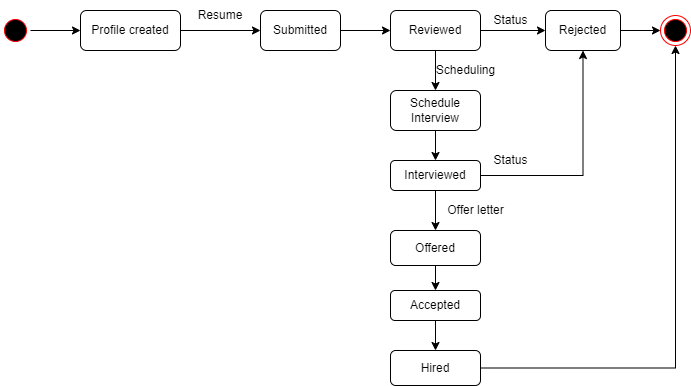
The draw.io diagram Day-9 Object Modelling diagrams/Online job portal/state-diagram.drawio.png in Mydhili-murali/ust-prograd-training, before a commit. Source tidied: cells renumbered, new cells last; positions are measured from the earlier drawing's top-left corner, leaving out a move shared by most shapes.
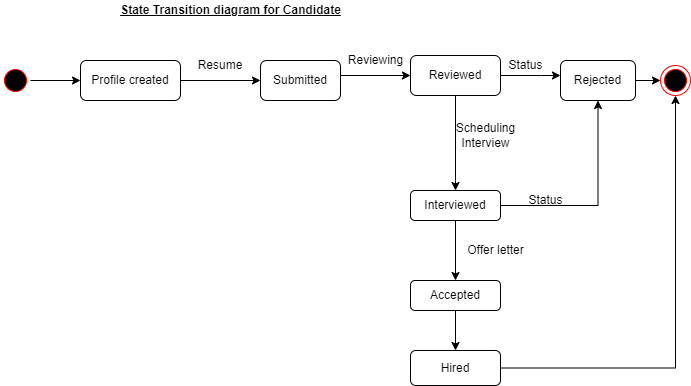
Later version of the same file.

Diff of the diagram source:
```diff
@@ -17,17 +17,27 @@
     <mxCell id="6" value="Submitted" style="rounded=1;whiteSpace=wrap;html=1;" parent="1" vertex="1">
       <mxGeometry x="260" y="10" width="80" height="40" as="geometry" />
     </mxCell>
-    <mxCell id="7" style="endArrow=classic;html=1;rounded=0;exitX=1;exitY=0.5;exitDx=0;exitDy=0;" parent="1" edge="1" source="6" target="10">
+    <mxCell id="7" style="endArrow=classic;html=1;rounded=0;exitX=0;exitY=1.25;exitDx=0;exitDy=0;exitPerimeter=0;" parent="1" edge="1" source="31" target="10">
       <mxGeometry relative="1" as="geometry" />
     </mxCell>
     <mxCell id="8" style="edgeStyle=orthogonalEdgeStyle;rounded=0;jettySize=auto;html=1;" parent="1" edge="1" source="10" target="13">
-      <mxGeometry relative="1" as="geometry" />
+      <mxGeometry relative="1" as="geometry">
+        <Array as="points">
+          <mxPoint x="540" y="25" />
+          <mxPoint x="540" y="25" />
+        </Array>
+      </mxGeometry>
     </mxCell>
-    <mxCell id="9" style="edgeStyle=orthogonalEdgeStyle;rounded=0;jettySize=auto;html=1;" parent="1" edge="1" source="10" target="16">
-      <mxGeometry relative="1" as="geometry" />
+    <mxCell id="9" style="edgeStyle=orthogonalEdgeStyle;rounded=0;jettySize=auto;html=1;" parent="1" edge="1" source="10">
+      <mxGeometry relative="1" as="geometry">
+        <mxPoint x="455" y="140" as="targetPoint" />
+        <Array as="points">
+          <mxPoint x="455" y="130" />
+        </Array>
+      </mxGeometry>
     </mxCell>
     <mxCell id="10" value="Reviewed" style="rounded=1;whiteSpace=wrap;html=1;" parent="1" vertex="1">
-      <mxGeometry x="390" y="10" width="90" height="40" as="geometry" />
+      <mxGeometry x="410" y="5" width="90" height="40" as="geometry" />
     </mxCell>
     <mxCell id="11" value="Resume" style="text;html=1;strokeColor=none;fillColor=none;align=center;verticalAlign=middle;whiteSpace=wrap;rounded=0;" parent="1" vertex="1">
       <mxGeometry x="190" width="60" height="30" as="geometry" />
@@ -38,55 +48,51 @@
       </mxGeometry>
     </mxCell>
     <mxCell id="13" value="Rejected" style="whiteSpace=wrap;html=1;rounded=1;" parent="1" vertex="1">
-      <mxGeometry x="545" y="10" width="75" height="40" as="geometry" />
+      <mxGeometry x="560" y="10" width="75" height="40" as="geometry" />
     </mxCell>
     <mxCell id="14" style="ellipse;html=1;shape=endState;fillColor=#000000;strokeColor=#ff0000;" parent="1" vertex="1">
       <mxGeometry x="660" y="15" width="30" height="30" as="geometry" />
     </mxCell>
-    <mxCell id="15" style="edgeStyle=orthogonalEdgeStyle;rounded=0;jettySize=auto;html=1;" parent="1" edge="1" source="16" target="20">
-      <mxGeometry relative="1" as="geometry" />
-    </mxCell>
-    <mxCell id="16" value="Schedule Interview" style="whiteSpace=wrap;html=1;rounded=1;" parent="1" vertex="1">
-      <mxGeometry x="390" y="90" width="90" height="40" as="geometry" />
-    </mxCell>
     <mxCell id="17" value="Status" style="text;html=1;align=center;verticalAlign=middle;strokeColor=none;fillColor=none;" parent="1" vertex="1">
-      <mxGeometry x="485" y="10" width="50" height="20" as="geometry" />
+      <mxGeometry x="500" y="5" width="50" height="20" as="geometry" />
     </mxCell>
     <mxCell id="18" style="edgeStyle=orthogonalEdgeStyle;rounded=0;jettySize=auto;html=1;entryX=0.5;entryY=1;entryDx=0;entryDy=0;" parent="1" edge="1" source="20" target="13">
       <mxGeometry relative="1" as="geometry" />
     </mxCell>
-    <mxCell id="19" style="edgeStyle=orthogonalEdgeStyle;rounded=0;jettySize=auto;html=1;" parent="1" edge="1" source="20" target="22">
-      <mxGeometry relative="1" as="geometry" />
+    <mxCell id="19" style="edgeStyle=orthogonalEdgeStyle;rounded=0;jettySize=auto;html=1;" parent="1" edge="1" source="20">
+      <mxGeometry relative="1" as="geometry">
+        <mxPoint x="455" y="230" as="targetPoint" />
+      </mxGeometry>
     </mxCell>
     <mxCell id="20" value="Interviewed" style="whiteSpace=wrap;html=1;rounded=1;" parent="1" vertex="1">
-      <mxGeometry x="390" y="160" width="90" height="30" as="geometry" />
+      <mxGeometry x="410" y="140" width="90" height="30" as="geometry" />
     </mxCell>
-    <mxCell id="21" style="edgeStyle=orthogonalEdgeStyle;rounded=0;jettySize=auto;html=1;" parent="1" edge="1" source="22" target="24">
-      <mxGeometry relative="1" as="geometry" />
-    </mxCell>
-    <mxCell id="22" value="Offered" style="whiteSpace=wrap;html=1;rounded=1;" parent="1" vertex="1">
-      <mxGeometry x="390" y="230" width="90" height="35" as="geometry" />
-    </mxCell>
     <mxCell id="23" style="edgeStyle=orthogonalEdgeStyle;rounded=0;jettySize=auto;html=1;" parent="1" edge="1" source="24" target="26">
       <mxGeometry relative="1" as="geometry" />
     </mxCell>
     <mxCell id="24" value="Accepted" style="whiteSpace=wrap;html=1;rounded=1;" parent="1" vertex="1">
-      <mxGeometry x="390" y="290" width="90" height="30" as="geometry" />
+      <mxGeometry x="410" y="230" width="90" height="30" as="geometry" />
     </mxCell>
     <mxCell id="25" style="edgeStyle=orthogonalEdgeStyle;rounded=0;jettySize=auto;html=1;entryX=0.5;entryY=1;entryDx=0;entryDy=0;" parent="1" edge="1" source="26" target="14">
       <mxGeometry relative="1" as="geometry" />
     </mxCell>
     <mxCell id="26" value="Hired" style="whiteSpace=wrap;html=1;rounded=1;" parent="1" vertex="1">
-      <mxGeometry x="390" y="350" width="90" height="35" as="geometry" />
+      <mxGeometry x="410" y="300" width="90" height="35" as="geometry" />
     </mxCell>
-    <mxCell id="27" value="Scheduling" style="text;html=1;align=center;verticalAlign=middle;strokeColor=none;fillColor=none;" parent="1" vertex="1">
-      <mxGeometry x="430" y="60" width="70" height="20" as="geometry" />
+    <mxCell id="27" value="Scheduling&lt;br&gt;Interview" style="text;html=1;align=center;verticalAlign=middle;strokeColor=none;fillColor=none;" parent="1" vertex="1">
+      <mxGeometry x="450" y="70" width="70" height="30" as="geometry" />
     </mxCell>
     <mxCell id="28" value="Status" style="text;html=1;align=center;verticalAlign=middle;strokeColor=none;fillColor=none;" parent="1" vertex="1">
-      <mxGeometry x="485" y="150" width="50" height="20" as="geometry" />
+      <mxGeometry x="520" y="140" width="50" height="20" as="geometry" />
     </mxCell>
     <mxCell id="29" value="Offer letter" style="text;html=1;align=center;verticalAlign=middle;strokeColor=none;fillColor=none;" parent="1" vertex="1">
-      <mxGeometry x="440" y="200" width="70" height="20" as="geometry" />
+      <mxGeometry x="460" y="190" width="70" height="20" as="geometry" />
     </mxCell>
+    <mxCell id="30" value="&lt;b&gt;&lt;u&gt;State Transition diagram for Candidate&lt;/u&gt;&lt;/b&gt;" style="text;html=1;align=center;verticalAlign=middle;strokeColor=none;fillColor=none;" parent="1" vertex="1">
+      <mxGeometry x="110" y="-50" width="240" height="20" as="geometry" />
+    </mxCell>
+    <mxCell id="31" value="Reviewing" style="text;html=1;align=center;verticalAlign=middle;points=[];strokeColor=none;fillColor=none;" parent="1" vertex="1">
+      <mxGeometry x="340" width="70" height="20" as="geometry" />
+    </mxCell>
   </root>
 </mxGraphModel>
```
